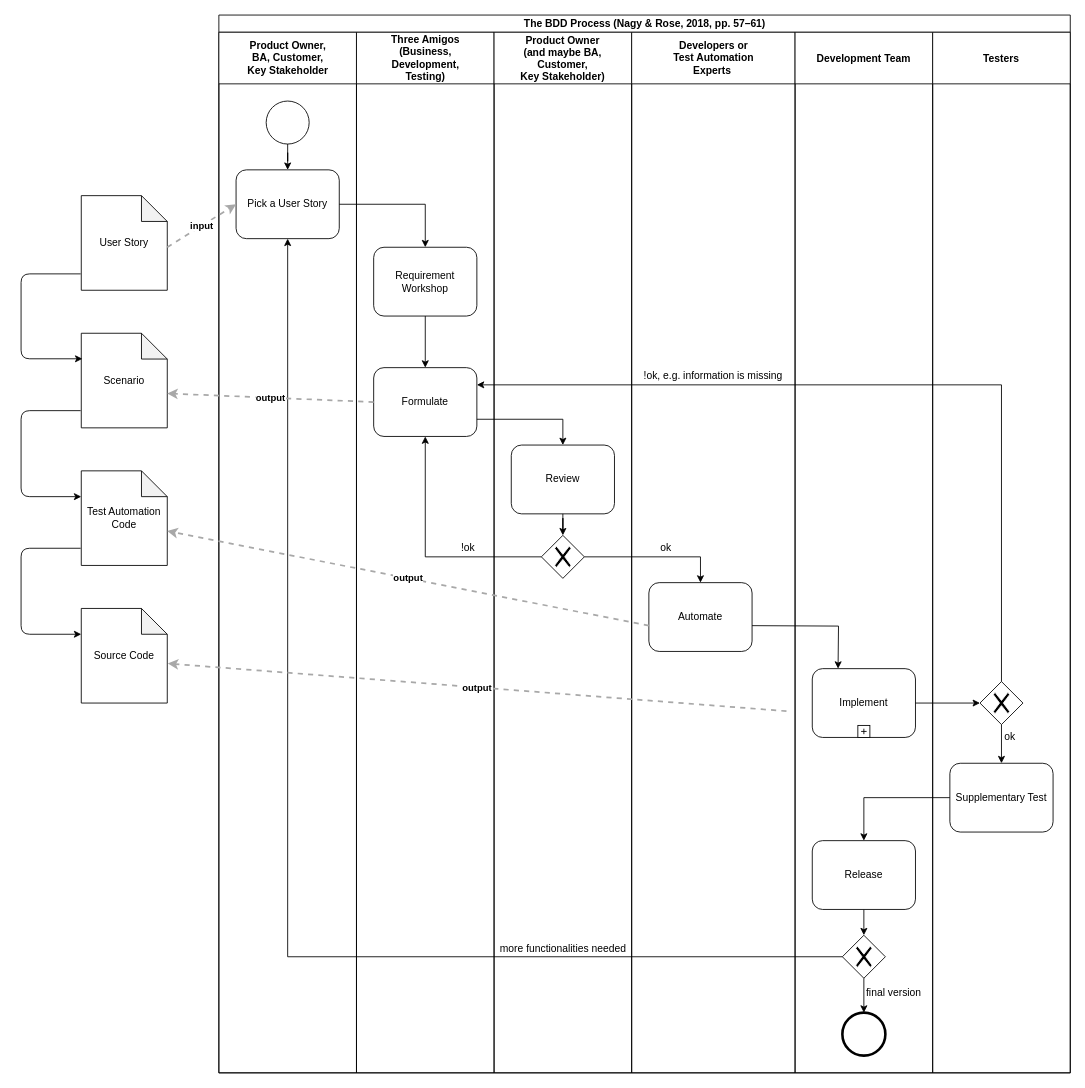
This is documentation/BDDProcess.drawio from sableu/BDD4OQ, a draw.io file, before an edit. Source tidied: cells renumbered, new cells numbered last; positions are measured from the earlier drawing's top-left corner, leaving out a move shared by most shapes. Both pictures are drawn from the tidied source at 86%, with x=0, y=0 at pixel (21, 15).
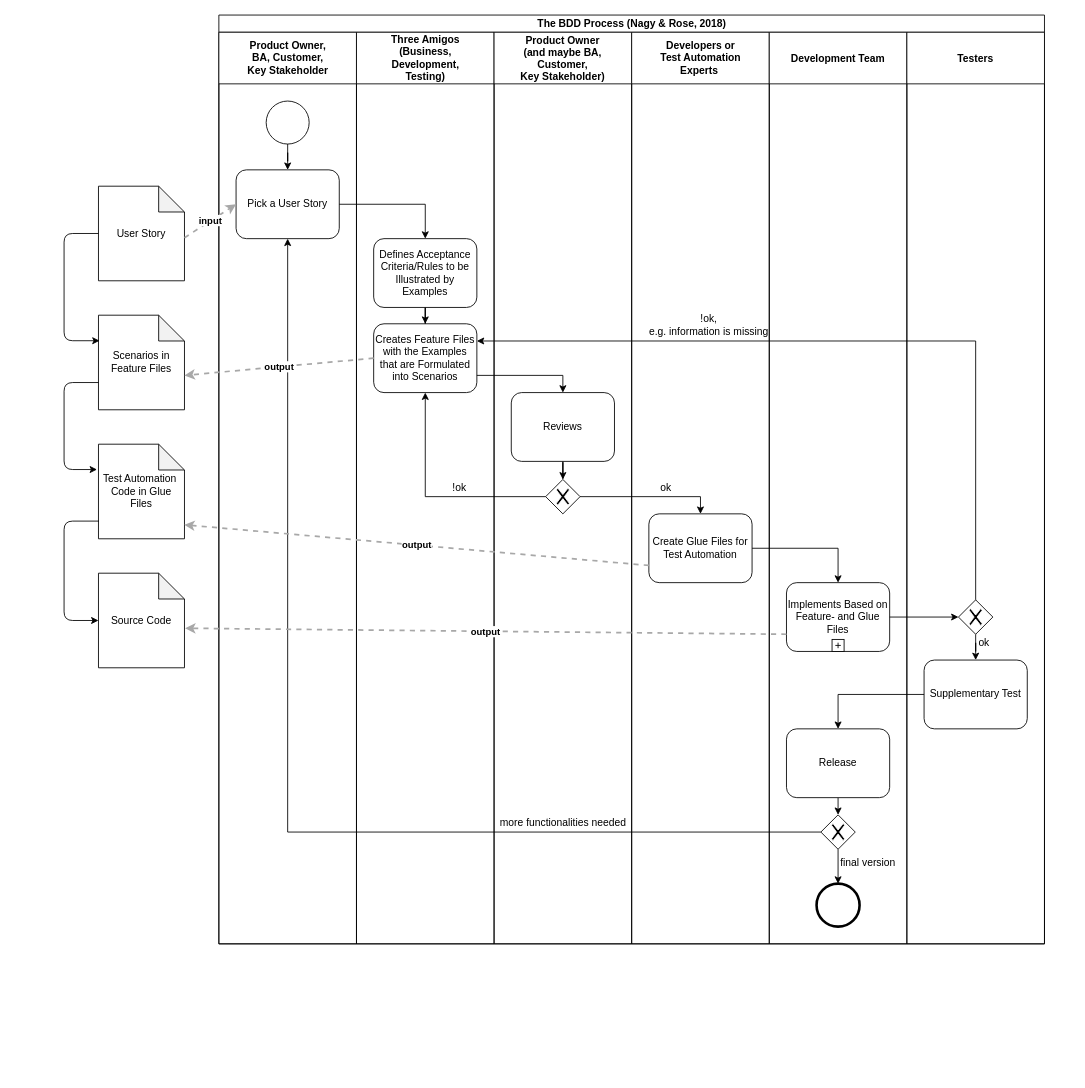
The same diagram, later.

Commit message (it also covers changes not shown here):
Update of processes based on discussions with wega.

The change refers to these unchanged cells:
```xml
<mxCell id="8" value="Pick a User Story" style="shape=ext;rounded=1;html=1;whiteSpace=wrap;" parent="7" vertex="1">
  <mxGeometry x="20" y="160" width="120" height="80" as="geometry" />
</mxCell>
```

Change to the diagram source:
```diff
@@
     <mxCell id="2" value="User Story" style="shape=note;whiteSpace=wrap;html=1;backgroundOutline=1;darkOpacity=0.05;" parent="1" vertex="1">
-      <mxGeometry x="70" y="210" width="100" height="110" as="geometry" />
+      <mxGeometry x="90" y="199" width="100" height="110" as="geometry" />
     </mxCell>
-    <mxCell id="3" value="Scenario" style="shape=note;whiteSpace=wrap;html=1;backgroundOutline=1;darkOpacity=0.05;" parent="1" vertex="1">
-      <mxGeometry x="70" y="370" width="100" height="110" as="geometry" />
+    <mxCell id="3" value="Scenarios in Feature Files" style="shape=note;whiteSpace=wrap;html=1;backgroundOutline=1;darkOpacity=0.05;" parent="1" vertex="1">
+      <mxGeometry x="90" y="349" width="100" height="110" as="geometry" />
     </mxCell>
-    <mxCell id="4" value="Test Automation Code" style="shape=note;whiteSpace=wrap;html=1;backgroundOutline=1;darkOpacity=0.05;" parent="1" vertex="1">
-      <mxGeometry x="70" y="530" width="100" height="110" as="geometry" />
+    <mxCell id="4" value="Test Automation&amp;nbsp; Code in Glue Files" style="shape=note;whiteSpace=wrap;html=1;backgroundOutline=1;darkOpacity=0.05;" parent="1" vertex="1">
+      <mxGeometry x="90" y="499" width="100" height="110" as="geometry" />
     </mxCell>
     <mxCell id="5" value="Source Code" style="shape=note;whiteSpace=wrap;html=1;backgroundOutline=1;darkOpacity=0.05;" parent="1" vertex="1">
-      <mxGeometry x="70" y="690" width="100" height="110" as="geometry" />
+      <mxGeometry x="90" y="649" width="100" height="110" as="geometry" />
     </mxCell>
-    <mxCell id="6" value="The BDD Process&amp;nbsp;(Nagy &amp;amp; Rose, 2018, pp. 57–61)" style="swimlane;html=1;startSize=20;" parent="1" vertex="1">
-      <mxGeometry x="230" width="990" height="1230" as="geometry" />
+    <mxCell id="6" value="The BDD Process&amp;nbsp;(Nagy &amp;amp; Rose, 2018)" style="swimlane;html=1;startSize=20;" parent="1" vertex="1">
+      <mxGeometry x="230" width="960" height="1080" as="geometry" />
     </mxCell>
     <mxCell id="7" value="Product Owner, &lt;br&gt;BA, Customer, &lt;br&gt;Key Stakeholder" style="swimlane;html=1;startSize=60;" parent="6" vertex="1">
-      <mxGeometry y="20" width="160" height="1210" as="geometry" />
+      <mxGeometry y="20" width="160" height="1060" as="geometry" />
     </mxCell>
@@
     <mxCell id="11" value="Three Amigos &lt;br&gt;(Business, &lt;br&gt;Development, &lt;br&gt;Testing)" style="swimlane;html=1;startSize=60;" parent="6" vertex="1">
-      <mxGeometry x="160" y="20" width="160" height="1210" as="geometry" />
+      <mxGeometry x="160" y="20" width="160" height="1060" as="geometry" />
     </mxCell>
@@
-    <mxCell id="13" value="Requirement Workshop" style="shape=ext;rounded=1;html=1;whiteSpace=wrap;" parent="11" vertex="1">
-      <mxGeometry x="20" y="250" width="120" height="80" as="geometry" />
+    <mxCell id="13" value="Defines Acceptance Criteria/Rules to be Illustrated by Examples" style="shape=ext;rounded=1;html=1;whiteSpace=wrap;" parent="11" vertex="1">
+      <mxGeometry x="20" y="240" width="120" height="80" as="geometry" />
     </mxCell>
-    <mxCell id="14" value="Formulate" style="shape=ext;rounded=1;html=1;whiteSpace=wrap;" parent="11" vertex="1">
-      <mxGeometry x="20" y="390" width="120" height="80" as="geometry" />
+    <mxCell id="14" value="Creates Feature Files with the Examples that are Formulated into Scenarios" style="shape=ext;rounded=1;html=1;whiteSpace=wrap;" parent="11" vertex="1">
+      <mxGeometry x="20" y="339" width="120" height="80" as="geometry" />
     </mxCell>
     <mxCell id="15" value="!ok" style="text;html=1;strokeColor=none;fillColor=none;align=center;verticalAlign=middle;whiteSpace=wrap;rounded=0;" parent="11" vertex="1">
-      <mxGeometry x="110" y="590" width="40" height="20" as="geometry" />
+      <mxGeometry x="100" y="520" width="40" height="20" as="geometry" />
     </mxCell>
     <mxCell id="16" value="Product Owner &#10;(and maybe BA, &#10;Customer, &#10;Key Stakeholder)" style="swimlane;startSize=60;" parent="6" vertex="1">
-      <mxGeometry x="320" y="20" width="160" height="1210" as="geometry" />
+      <mxGeometry x="320" y="20" width="160" height="1060" as="geometry" />
     </mxCell>
+    <mxCell id="54" value="more functionalities needed" style="text;html=1;strokeColor=none;fillColor=none;align=center;verticalAlign=middle;whiteSpace=wrap;rounded=0;" parent="16" vertex="1">
+      <mxGeometry x="-5.5" y="910" width="171" height="20" as="geometry" />
+    </mxCell>
+    <mxCell id="52" style="shape=mxgraph.bpmn.shape;html=1;verticalLabelPosition=bottom;labelBackgroundColor=#ffffff;verticalAlign=top;align=center;perimeter=rhombusPerimeter;background=gateway;outlineConnect=0;outline=none;symbol=exclusiveGw;" parent="16" vertex="1">
+      <mxGeometry x="60" y="520" width="40" height="40" as="geometry" />
+    </mxCell>
-    <mxCell id="17" value="Review" style="shape=ext;rounded=1;html=1;whiteSpace=wrap;" parent="16" vertex="1">
-      <mxGeometry x="20" y="480" width="120" height="80" as="geometry" />
+    <mxCell id="17" value="Reviews" style="shape=ext;rounded=1;html=1;whiteSpace=wrap;" parent="16" vertex="1">
+      <mxGeometry x="20" y="419" width="120" height="80" as="geometry" />
     </mxCell>
+    <mxCell id="53" style="edgeStyle=orthogonalEdgeStyle;rounded=0;jettySize=auto;html=1;entryX=0.5;entryY=0;entryDx=0;entryDy=0;" parent="16" edge="1" source="17" target="52">
+      <mxGeometry relative="1" as="geometry" />
+    </mxCell>
     <mxCell id="18" value="Developers or &lt;br&gt;Test Automation &lt;br&gt;Experts&amp;nbsp;" style="swimlane;html=1;startSize=60;" parent="6" vertex="1">
-      <mxGeometry x="480" y="20" width="190" height="1210" as="geometry" />
+      <mxGeometry x="480" y="20" width="160" height="1060" as="geometry" />
     </mxCell>
     <mxCell id="19" value="ok" style="text;html=1;strokeColor=none;fillColor=none;align=center;verticalAlign=middle;whiteSpace=wrap;rounded=0;" parent="18" vertex="1">
-      <mxGeometry x="20" y="590" width="40" height="20" as="geometry" />
+      <mxGeometry x="20" y="520" width="40" height="20" as="geometry" />
     </mxCell>
+    <mxCell id="21" value="!ok, &lt;br&gt;e.g. information is missing" style="text;html=1;strokeColor=none;fillColor=none;align=center;verticalAlign=middle;whiteSpace=wrap;rounded=0;" parent="18" vertex="1">
+      <mxGeometry y="320" width="180" height="40" as="geometry" />
+    </mxCell>
-    <mxCell id="20" value="Automate" style="shape=ext;rounded=1;html=1;whiteSpace=wrap;" parent="18" vertex="1">
-      <mxGeometry x="20" y="640" width="120" height="80" as="geometry" />
+    <mxCell id="20" value="Create Glue Files for Test Automation" style="shape=ext;rounded=1;html=1;whiteSpace=wrap;" parent="18" vertex="1">
+      <mxGeometry x="20" y="560" width="120" height="80" as="geometry" />
     </mxCell>
-    <mxCell id="21" value="!ok, e.g. information is missing" style="text;html=1;strokeColor=none;fillColor=none;align=center;verticalAlign=middle;whiteSpace=wrap;rounded=0;" parent="18" vertex="1">
-      <mxGeometry x="5" y="390" width="180" height="20" as="geometry" />
-    </mxCell>
     <mxCell id="22" value="Development Team" style="swimlane;startSize=60;" parent="6" vertex="1">
-      <mxGeometry x="670" y="20" width="160" height="1210" as="geometry" />
+      <mxGeometry x="640" y="20" width="160" height="1060" as="geometry" />
     </mxCell>
@@
-    <mxCell id="24" style="shape=mxgraph.bpmn.shape;html=1;verticalLabelPosition=bottom;labelBackgroundColor=#ffffff;verticalAlign=top;align=center;perimeter=rhombusPerimeter;background=gateway;outlineConnect=0;outline=none;symbol=exclusiveGw;" parent="22" vertex="1">
-      <mxGeometry x="55" y="1050" width="50" height="50" as="geometry" />
-    </mxCell>
-    <mxCell id="25" value="Release" style="shape=ext;rounded=1;html=1;whiteSpace=wrap;" parent="22" vertex="1">
-      <mxGeometry x="20" y="940" width="120" height="80" as="geometry" />
-    </mxCell>
+    <mxCell id="28" style="edgeStyle=orthogonalEdgeStyle;rounded=0;jettySize=auto;html=1;exitX=0.5;exitY=1;exitDx=0;exitDy=0;entryX=0.5;entryY=0;entryDx=0;entryDy=0;" parent="22" edge="1" source="24" target="29">
+      <mxGeometry relative="1" as="geometry" />
+    </mxCell>
+    <mxCell id="29" style="shape=mxgraph.bpmn.shape;html=1;verticalLabelPosition=bottom;labelBackgroundColor=#ffffff;verticalAlign=top;align=center;perimeter=ellipsePerimeter;outlineConnect=0;outline=end;symbol=general;" parent="22" vertex="1">
+      <mxGeometry x="55" y="990" width="50" height="50" as="geometry" />
+    </mxCell>
-    <mxCell id="26" value="Implement" style="html=1;whiteSpace=wrap;rounded=1;" parent="22" vertex="1">
-      <mxGeometry x="20" y="740" width="120" height="80" as="geometry" />
+    <mxCell id="26" value="Implements Based on Feature- and Glue Files" style="html=1;whiteSpace=wrap;rounded=1;" parent="22" vertex="1">
+      <mxGeometry x="20" y="640" width="120" height="80" as="geometry" />
     </mxCell>
@@
-    <mxCell id="28" style="edgeStyle=orthogonalEdgeStyle;rounded=0;jettySize=auto;html=1;exitX=0.5;exitY=1;exitDx=0;exitDy=0;entryX=0.5;entryY=0;entryDx=0;entryDy=0;" parent="22" edge="1" source="24" target="29">
-      <mxGeometry relative="1" as="geometry" />
-    </mxCell>
-    <mxCell id="29" style="shape=mxgraph.bpmn.shape;html=1;verticalLabelPosition=bottom;labelBackgroundColor=#ffffff;verticalAlign=top;align=center;perimeter=ellipsePerimeter;outlineConnect=0;outline=end;symbol=general;" parent="22" vertex="1">
-      <mxGeometry x="55" y="1140" width="50" height="50" as="geometry" />
-    </mxCell>
+    <mxCell id="25" value="Release" style="shape=ext;rounded=1;html=1;whiteSpace=wrap;" parent="22" vertex="1">
+      <mxGeometry x="20" y="810" width="120" height="80" as="geometry" />
+    </mxCell>
+    <mxCell id="24" style="shape=mxgraph.bpmn.shape;html=1;verticalLabelPosition=bottom;labelBackgroundColor=#ffffff;verticalAlign=top;align=center;perimeter=rhombusPerimeter;background=gateway;outlineConnect=0;outline=none;symbol=exclusiveGw;" parent="22" vertex="1">
+      <mxGeometry x="60" y="910" width="40" height="40" as="geometry" />
+    </mxCell>
     <mxCell id="30" value="final version" style="text;html=1;strokeColor=none;fillColor=none;align=center;verticalAlign=middle;whiteSpace=wrap;rounded=0;" parent="22" vertex="1">
-      <mxGeometry x="70" y="1107" width="90" height="20" as="geometry" />
+      <mxGeometry x="70" y="956" width="90" height="20" as="geometry" />
     </mxCell>
     <mxCell id="31" value="Testers" style="swimlane;startSize=60;" parent="6" vertex="1">
-      <mxGeometry x="830" y="20" width="160" height="1210" as="geometry" />
+      <mxGeometry x="800" y="20" width="160" height="1060" as="geometry" />
     </mxCell>
@@
+    <mxCell id="34" value="Supplementary Test" style="shape=ext;rounded=1;html=1;whiteSpace=wrap;" parent="31" vertex="1">
+      <mxGeometry x="20" y="730" width="120" height="80" as="geometry" />
+    </mxCell>
     <mxCell id="33" style="shape=mxgraph.bpmn.shape;html=1;verticalLabelPosition=bottom;labelBackgroundColor=#ffffff;verticalAlign=top;align=center;perimeter=rhombusPerimeter;background=gateway;outlineConnect=0;outline=none;symbol=exclusiveGw;" parent="31" vertex="1">
-      <mxGeometry x="55" y="755" width="50" height="50" as="geometry" />
+      <mxGeometry x="60" y="660" width="40" height="40" as="geometry" />
     </mxCell>
-    <mxCell id="34" value="Supplementary Test" style="shape=ext;rounded=1;html=1;whiteSpace=wrap;" parent="31" vertex="1">
-      <mxGeometry x="20" y="850" width="120" height="80" as="geometry" />
-    </mxCell>
     <mxCell id="35" value="ok" style="text;html=1;strokeColor=none;fillColor=none;align=center;verticalAlign=middle;whiteSpace=wrap;rounded=0;" parent="31" vertex="1">
-      <mxGeometry x="70" y="810" width="40" height="20" as="geometry" />
+      <mxGeometry x="70" y="700" width="40" height="20" as="geometry" />
     </mxCell>
     <mxCell id="36" style="edgeStyle=orthogonalEdgeStyle;rounded=0;jettySize=auto;html=1;" parent="6" edge="1" source="8" target="13">
-      <mxGeometry relative="1" as="geometry" />
+      <mxGeometry relative="1" as="geometry">
+        <Array as="points">
+          <mxPoint x="240" y="220" />
+        </Array>
+      </mxGeometry>
     </mxCell>
     <mxCell id="37" style="edgeStyle=orthogonalEdgeStyle;rounded=0;jettySize=auto;html=1;exitX=1;exitY=0.75;exitDx=0;exitDy=0;" parent="6" edge="1" source="14" target="17">
-      <mxGeometry relative="1" as="geometry" />
+      <mxGeometry relative="1" as="geometry">
+        <Array as="points">
+          <mxPoint x="400" y="419" />
+        </Array>
+      </mxGeometry>
     </mxCell>
-    <mxCell id="38" style="edgeStyle=orthogonalEdgeStyle;rounded=0;jettySize=auto;html=1;" parent="6" edge="1" source="34" target="25">
-      <mxGeometry relative="1" as="geometry" />
+    <mxCell id="38" style="edgeStyle=orthogonalEdgeStyle;rounded=0;jettySize=auto;html=1;exitX=0;exitY=0.5;exitDx=0;exitDy=0;" parent="6" edge="1" source="34" target="25">
+      <mxGeometry relative="1" as="geometry">
+        <Array as="points">
+          <mxPoint x="720" y="790" />
+        </Array>
+      </mxGeometry>
     </mxCell>
-    <mxCell id="39" style="edgeStyle=orthogonalEdgeStyle;rounded=0;orthogonalLoop=1;jettySize=auto;html=1;entryX=0.5;entryY=0;entryDx=0;entryDy=0;" parent="6" edge="1">
-      <mxGeometry relative="1" as="geometry">
-        <mxPoint x="620" y="710" as="sourcePoint" />
-        <mxPoint x="720" y="760" as="targetPoint" />
-      </mxGeometry>
-    </mxCell>
@@
     <mxCell id="41" style="edgeStyle=orthogonalEdgeStyle;rounded=0;jettySize=auto;html=1;entryX=1;entryY=0.25;entryDx=0;entryDy=0;exitX=0.5;exitY=0;exitDx=0;exitDy=0;" parent="6" edge="1" source="33" target="14">
       <mxGeometry relative="1" as="geometry">
         <Array as="points">
-          <mxPoint x="910" y="430" />
+          <mxPoint x="880" y="379" />
         </Array>
       </mxGeometry>
     </mxCell>
     <mxCell id="42" style="edgeStyle=orthogonalEdgeStyle;rounded=0;jettySize=auto;html=1;entryX=0.5;entryY=1;entryDx=0;entryDy=0;" parent="6" edge="1" source="24" target="8">
-      <mxGeometry relative="1" as="geometry" />
+      <mxGeometry relative="1" as="geometry">
+        <Array as="points">
+          <mxPoint x="80" y="950" />
+        </Array>
+      </mxGeometry>
     </mxCell>
+    <mxCell id="50" style="edgeStyle=orthogonalEdgeStyle;rounded=0;jettySize=auto;html=1;entryX=0.5;entryY=0;entryDx=0;entryDy=0;" parent="6" edge="1" source="52" target="20">
+      <mxGeometry relative="1" as="geometry" />
+    </mxCell>
+    <mxCell id="51" style="edgeStyle=orthogonalEdgeStyle;rounded=0;jettySize=auto;html=1;entryX=0.5;entryY=1;entryDx=0;entryDy=0;" parent="6" edge="1" source="52" target="14">
+      <mxGeometry relative="1" as="geometry" />
+    </mxCell>
+    <mxCell id="39" style="edgeStyle=orthogonalEdgeStyle;rounded=0;jettySize=auto;html=1;entryX=0.5;entryY=0;entryDx=0;entryDy=0;exitX=1;exitY=0.5;exitDx=0;exitDy=0;" parent="6" edge="1" source="20" target="26">
+      <mxGeometry relative="1" as="geometry" />
+    </mxCell>
@@
-    <mxCell id="45" value="&lt;div style=&quot;text-align: left&quot;&gt;&lt;div style=&quot;text-align: center&quot;&gt;&lt;b&gt;output&lt;/b&gt;&lt;/div&gt;&lt;/div&gt;" style="edgeStyle=none;rounded=0;html=1;entryX=0;entryY=0;jettySize=auto;strokeColor=#A8A8A8;strokeWidth=2;fontColor=#000000;jumpStyle=none;dashed=1;entryDx=100;entryDy=70;entryPerimeter=0;exitX=0;exitY=0.5;exitDx=0;exitDy=0;" parent="1" edge="1" target="4">
-      <mxGeometry relative="1" as="geometry">
-        <mxPoint x="730" y="710" as="sourcePoint" />
-      </mxGeometry>
+    <mxCell id="45" value="&lt;div style=&quot;text-align: left&quot;&gt;&lt;div style=&quot;text-align: center&quot;&gt;&lt;b&gt;output&lt;/b&gt;&lt;/div&gt;&lt;/div&gt;" style="edgeStyle=none;rounded=0;html=1;entryX=0.997;entryY=0.852;jettySize=auto;strokeColor=#A8A8A8;strokeWidth=2;fontColor=#000000;jumpStyle=none;dashed=1;entryDx=0;entryDy=0;entryPerimeter=0;exitX=0;exitY=0.75;exitDx=0;exitDy=0;" parent="1" edge="1" source="20" target="4">
+      <mxGeometry relative="1" as="geometry" />
     </mxCell>
-    <mxCell id="46" value="&lt;div style=&quot;text-align: left&quot;&gt;&lt;div style=&quot;text-align: center&quot;&gt;&lt;b&gt;output&lt;/b&gt;&lt;/div&gt;&lt;/div&gt;" style="edgeStyle=none;rounded=0;html=1;entryX=1.007;entryY=0.582;jettySize=auto;strokeColor=#A8A8A8;strokeWidth=2;fontColor=#000000;jumpStyle=none;dashed=1;entryDx=0;entryDy=0;entryPerimeter=0;exitX=0;exitY=0.617;exitDx=0;exitDy=0;exitPerimeter=0;" parent="1" edge="1" target="5">
-      <mxGeometry relative="1" as="geometry">
-        <mxPoint x="890" y="809.4" as="sourcePoint" />
-      </mxGeometry>
+    <mxCell id="46" value="&lt;div style=&quot;text-align: left&quot;&gt;&lt;div style=&quot;text-align: center&quot;&gt;&lt;b&gt;output&lt;/b&gt;&lt;/div&gt;&lt;/div&gt;" style="edgeStyle=none;rounded=0;html=1;entryX=1.007;entryY=0.582;jettySize=auto;strokeColor=#A8A8A8;strokeWidth=2;fontColor=#000000;jumpStyle=none;dashed=1;entryDx=0;entryDy=0;entryPerimeter=0;exitX=0;exitY=0.75;exitDx=0;exitDy=0;" parent="1" edge="1" source="26" target="5">
+      <mxGeometry relative="1" as="geometry" />
     </mxCell>
-    <mxCell id="47" style="edgeStyle=elbowEdgeStyle;elbow=horizontal;endArrow=classic;html=1;entryX=0.013;entryY=0.27;entryDx=0;entryDy=0;entryPerimeter=0;exitX=-0.007;exitY=0.827;exitDx=0;exitDy=0;exitPerimeter=0;" parent="1" edge="1" source="2" target="3">
+    <mxCell id="47" style="edgeStyle=elbowEdgeStyle;elbow=horizontal;endArrow=classic;html=1;entryX=0.013;entryY=0.27;entryDx=0;entryDy=0;entryPerimeter=0;exitX=0;exitY=0.5;exitDx=0;exitDy=0;exitPerimeter=0;" parent="1" edge="1" source="2" target="3">
       <mxGeometry relative="1" as="geometry">
         <Array as="points">
-          <mxPoint y="427.7" />
+          <mxPoint x="50" y="349" />
+          <mxPoint y="546.7" />
         </Array>
       </mxGeometry>
     </mxCell>
-    <mxCell id="48" style="edgeStyle=elbowEdgeStyle;elbow=horizontal;endArrow=classic;html=1;exitX=-0.007;exitY=0.748;exitDx=0;exitDy=0;exitPerimeter=0;" parent="1" edge="1">
+    <mxCell id="48" style="edgeStyle=elbowEdgeStyle;elbow=horizontal;endArrow=classic;html=1;exitX=0.001;exitY=0.712;exitDx=0;exitDy=0;exitPerimeter=0;entryX=-0.017;entryY=0.268;entryDx=0;entryDy=0;entryPerimeter=0;" parent="1" edge="1" source="3" target="4">
       <mxGeometry relative="1" as="geometry">
-        <mxPoint x="69.3" y="460" as="sourcePoint" />
-        <mxPoint x="70" y="560" as="targetPoint" />
         <Array as="points">
-          <mxPoint y="587.7" />
+          <mxPoint x="50" y="479" />
+          <mxPoint y="706.7" />
         </Array>
       </mxGeometry>
     </mxCell>
-    <mxCell id="49" style="edgeStyle=elbowEdgeStyle;elbow=horizontal;endArrow=classic;html=1;exitX=-0.007;exitY=0.748;exitDx=0;exitDy=0;exitPerimeter=0;" parent="1" edge="1">
+    <mxCell id="49" style="edgeStyle=elbowEdgeStyle;elbow=horizontal;endArrow=classic;html=1;exitX=0.006;exitY=0.813;exitDx=0;exitDy=0;exitPerimeter=0;entryX=0;entryY=0.5;entryDx=0;entryDy=0;entryPerimeter=0;" parent="1" edge="1" source="4" target="5">
       <mxGeometry relative="1" as="geometry">
-        <mxPoint x="69.3" y="620" as="sourcePoint" />
-        <mxPoint x="70" y="720" as="targetPoint" />
         <Array as="points">
-          <mxPoint y="747.7" />
+          <mxPoint x="50" y="649" />
+          <mxPoint y="866.7" />
         </Array>
       </mxGeometry>
     </mxCell>
-    <mxCell id="50" style="edgeStyle=orthogonalEdgeStyle;rounded=0;jettySize=auto;html=1;entryX=0.5;entryY=0;entryDx=0;entryDy=0;" parent="1" edge="1" source="52" target="20">
-      <mxGeometry relative="1" as="geometry" />
-    </mxCell>
-    <mxCell id="51" style="edgeStyle=orthogonalEdgeStyle;rounded=0;jettySize=auto;html=1;entryX=0.5;entryY=1;entryDx=0;entryDy=0;" parent="1" edge="1" source="52" target="14">
-      <mxGeometry relative="1" as="geometry" />
-    </mxCell>
-    <mxCell id="52" style="shape=mxgraph.bpmn.shape;html=1;verticalLabelPosition=bottom;labelBackgroundColor=#ffffff;verticalAlign=top;align=center;perimeter=rhombusPerimeter;background=gateway;outlineConnect=0;outline=none;symbol=exclusiveGw;" parent="1" vertex="1">
-      <mxGeometry x="605" y="605" width="50" height="50" as="geometry" />
-    </mxCell>
-    <mxCell id="53" style="edgeStyle=orthogonalEdgeStyle;rounded=0;jettySize=auto;html=1;entryX=0.5;entryY=0;entryDx=0;entryDy=0;" parent="1" edge="1" source="17" target="52">
-      <mxGeometry relative="1" as="geometry" />
-    </mxCell>
-    <mxCell id="54" value="more functionalities needed" style="text;html=1;strokeColor=none;fillColor=none;align=center;verticalAlign=middle;whiteSpace=wrap;rounded=0;" parent="1" vertex="1">
-      <mxGeometry x="545" y="1076" width="171" height="20" as="geometry" />
-    </mxCell>
```
